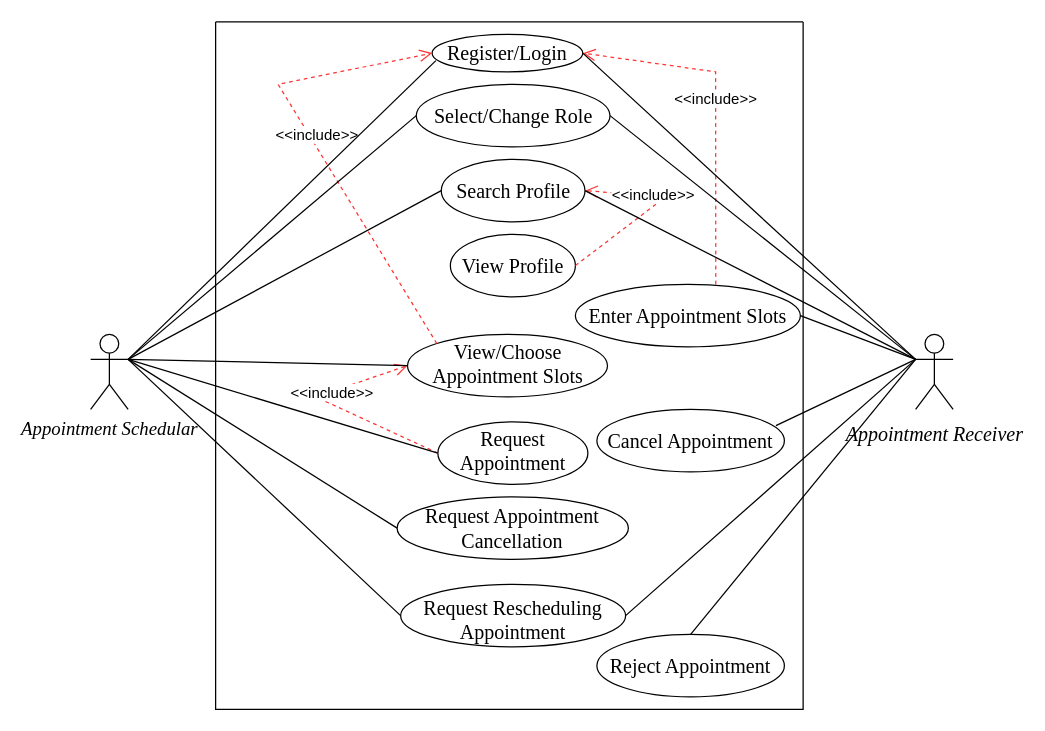
Earlier version of the draw.io diagram UseCase v1.1.drawio (Yash7200/CP-1). Source tidied: cells renumbered, new cells numbered last; positions are measured from the earlier drawing's top-left corner, leaving out a move shared by most shapes. Both pictures are drawn from the tidied source at 125%, with x=0, y=0 at pixel (90, 21).
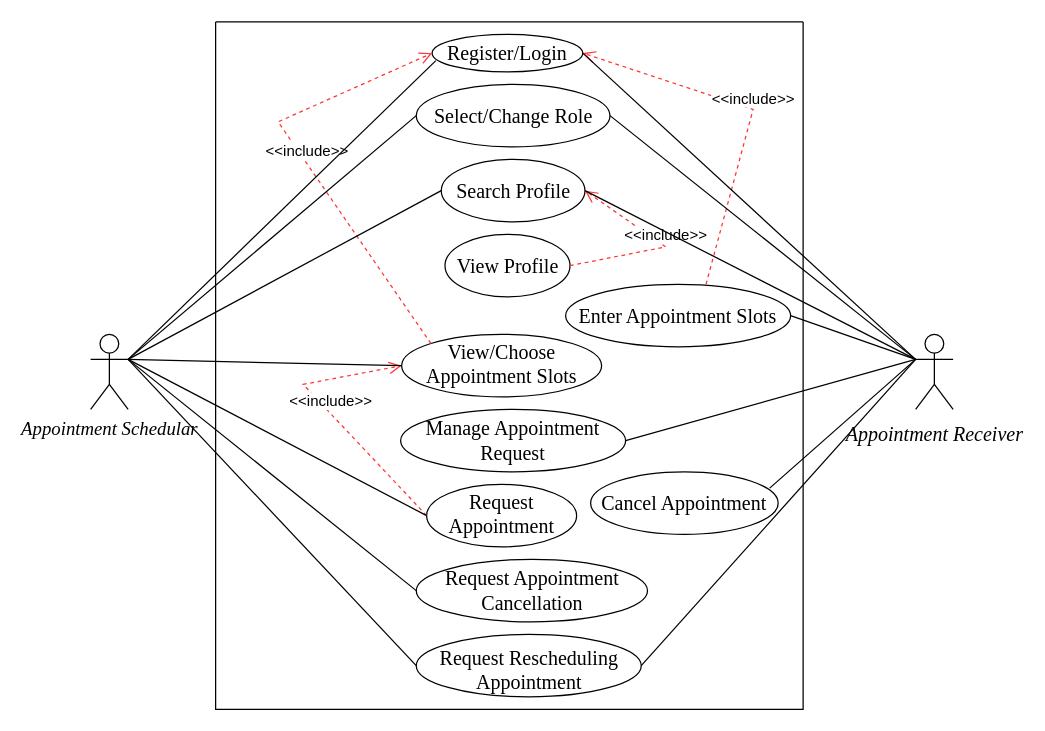
After the change.

The change refers to these unchanged cells:
```xml
<mxCell id="3" style="swimlane;startSize=0;" parent="1" vertex="1">
  <mxGeometry x="100" width="470" height="550" as="geometry" />
</mxCell>
<mxCell id="4" value="&lt;div&gt;Search Profile&lt;/div&gt;" style="ellipse;whiteSpace=wrap;html=1;fontFamily=Times New Roman;fontSize=16;" parent="3" vertex="1">
  <mxGeometry x="180.5" y="110" width="115" height="50" as="geometry" />
</mxCell>
<mxCell id="10" value="Register/Login" style="ellipse;whiteSpace=wrap;html=1;fontFamily=Times New Roman;fontSize=16;verticalAlign=middle;spacing=0;" parent="3" vertex="1">
  <mxGeometry x="173.2" y="10" width="120.5" height="30" as="geometry" />
</mxCell>
<mxCell id="19" value="&lt;div&gt;Appointment Receiver&lt;/div&gt;&lt;div&gt;&lt;br&gt;&lt;/div&gt;" style="shape=umlActor;verticalLabelPosition=bottom;verticalAlign=middle;html=1;fontFamily=Times New Roman;fontSize=16;horizontal=1;fontStyle=2;" parent="1" vertex="1">
  <mxGeometry x="660" y="250" width="30" height="60" as="geometry" />
</mxCell>
```

What changed in the source:
```diff
@@
     <mxCell id="5" value="&lt;div&gt;View Profile&lt;/div&gt;" style="ellipse;whiteSpace=wrap;html=1;fontFamily=Times New Roman;fontSize=16;verticalAlign=middle;" parent="3" vertex="1">
-      <mxGeometry x="187.8" y="170" width="100" height="50" as="geometry" />
+      <mxGeometry x="183.5" y="170" width="100" height="50" as="geometry" />
     </mxCell>
-    <mxCell id="6" value="Reject Appointment" style="ellipse;whiteSpace=wrap;html=1;fontFamily=Times New Roman;fontSize=16;verticalAlign=middle;" parent="3" vertex="1">
-      <mxGeometry x="305" y="490" width="150" height="50" as="geometry" />
-    </mxCell>
     <mxCell id="7" value="Request Rescheduling Appointment" style="ellipse;whiteSpace=wrap;html=1;fontFamily=Times New Roman;fontSize=16;verticalAlign=bottom;" parent="3" vertex="1">
-      <mxGeometry x="148" y="450" width="180" height="50" as="geometry" />
+      <mxGeometry x="160.5" y="490" width="180" height="50" as="geometry" />
     </mxCell>
     <mxCell id="8" value="Request Appointment Cancellation" style="ellipse;whiteSpace=wrap;html=1;fontFamily=Times New Roman;fontSize=16;" parent="3" vertex="1">
-      <mxGeometry x="145.2" y="380" width="185" height="50" as="geometry" />
+      <mxGeometry x="160.5" y="430" width="185" height="50" as="geometry" />
     </mxCell>
     <mxCell id="9" value="Enter Appointment Slots" style="ellipse;whiteSpace=wrap;html=1;fontFamily=Times New Roman;fontSize=16;verticalAlign=middle;" parent="3" vertex="1">
-      <mxGeometry x="287.8" y="210" width="180" height="50" as="geometry" />
+      <mxGeometry x="280" y="210" width="180" height="50" as="geometry" />
     </mxCell>
@@
     <mxCell id="11" value="&amp;lt;&amp;lt;include&amp;gt;&amp;gt;" style="verticalAlign=bottom;endArrow=open;dashed=1;endSize=8;rounded=0;fontSize=12;entryX=1;entryY=0.5;entryDx=0;entryDy=0;fontColor=#000000;labelBorderColor=none;html=1;strokeColor=#FF3333;exitX=1;exitY=0.5;exitDx=0;exitDy=0;" parent="3" edge="1" source="5" target="4">
       <mxGeometry relative="1" as="geometry">
         <Array as="points">
-          <mxPoint x="360" y="140" />
+          <mxPoint x="360" y="180" />
         </Array>
       </mxGeometry>
     </mxCell>
     <mxCell id="12" value="View/Choose Appointment Slots" style="ellipse;whiteSpace=wrap;html=1;fontFamily=Times New Roman;fontSize=16;verticalAlign=top;spacing=0;" parent="3" vertex="1">
-      <mxGeometry x="153.5" y="250" width="160" height="50" as="geometry" />
+      <mxGeometry x="148.8" y="250" width="160" height="50" as="geometry" />
     </mxCell>
     <mxCell id="13" value="Request Appointment" style="ellipse;whiteSpace=wrap;html=1;fontFamily=Times New Roman;fontSize=16;verticalAlign=top;spacing=0;" parent="3" vertex="1">
-      <mxGeometry x="177.8" y="320" width="120" height="50" as="geometry" />
+      <mxGeometry x="168.8" y="370" width="120" height="50" as="geometry" />
     </mxCell>
     <mxCell id="14" value="Cancel Appointment" style="ellipse;whiteSpace=wrap;html=1;fontFamily=Times New Roman;fontSize=16;verticalAlign=middle;" parent="3" vertex="1">
-      <mxGeometry x="305" y="310" width="150" height="50" as="geometry" />
+      <mxGeometry x="300" y="360" width="150" height="50" as="geometry" />
     </mxCell>
     <mxCell id="15" value="&amp;lt;&amp;lt;include&amp;gt;&amp;gt;" style="verticalAlign=bottom;endArrow=open;dashed=1;endSize=8;rounded=0;fontSize=12;entryX=1;entryY=0.5;entryDx=0;entryDy=0;fontColor=#000000;labelBorderColor=none;html=1;strokeColor=#FF3333;exitX=0.624;exitY=0;exitDx=0;exitDy=0;exitPerimeter=0;" parent="3" edge="1" source="9" target="10">
       <mxGeometry relative="1" as="geometry">
         <Array as="points">
-          <mxPoint x="400" y="40" />
+          <mxPoint x="430" y="70" />
         </Array>
       </mxGeometry>
     </mxCell>
     <mxCell id="16" value="&amp;lt;&amp;lt;include&amp;gt;&amp;gt;" style="verticalAlign=bottom;endArrow=open;dashed=1;endSize=8;rounded=0;fontSize=12;entryX=0;entryY=0.5;entryDx=0;entryDy=0;fontColor=#000000;labelBorderColor=none;html=1;strokeColor=#FF3333;exitX=0;exitY=0;exitDx=0;exitDy=0;" parent="3" edge="1" source="12" target="10">
       <mxGeometry relative="1" as="geometry">
         <Array as="points">
-          <mxPoint x="50" y="50" />
+          <mxPoint x="50" y="80" />
         </Array>
       </mxGeometry>
     </mxCell>
     <mxCell id="17" value="&amp;lt;&amp;lt;include&amp;gt;&amp;gt;" style="verticalAlign=bottom;endArrow=open;dashed=1;endSize=8;rounded=0;fontSize=12;entryX=0;entryY=0.5;entryDx=0;entryDy=0;fontColor=#000000;labelBorderColor=none;html=1;strokeColor=#FF3333;exitX=0;exitY=0.5;exitDx=0;exitDy=0;" parent="3" edge="1" source="13" target="12">
       <mxGeometry relative="1" as="geometry">
         <Array as="points">
-          <mxPoint x="80" y="300" />
+          <mxPoint x="70" y="290" />
         </Array>
       </mxGeometry>
     </mxCell>
@@
+    <mxCell id="34" value="Manage Appointment Request" style="ellipse;whiteSpace=wrap;html=1;fontFamily=Times New Roman;fontSize=16;verticalAlign=middle;" parent="3" vertex="1">
+      <mxGeometry x="148" y="310" width="180" height="50" as="geometry" />
+    </mxCell>
@@
-    <mxCell id="22" style="endArrow=none;html=1;rounded=0;fontFamily=Times New Roman;fontSize=15;fontColor=#FF3333;exitX=0.5;exitY=0;exitDx=0;exitDy=0;entryX=0;entryY=0.3333333333333333;entryDx=0;entryDy=0;entryPerimeter=0;" parent="1" edge="1" source="6" target="19">
-      <mxGeometry relative="1" as="geometry" />
-    </mxCell>
@@
+    <mxCell id="35" style="endArrow=none;html=1;rounded=0;entryX=0;entryY=0.3333333333333333;entryDx=0;entryDy=0;entryPerimeter=0;exitX=1;exitY=0.5;exitDx=0;exitDy=0;" parent="1" edge="1" source="34" target="19">
+      <mxGeometry relative="1" as="geometry" />
+    </mxCell>
```
